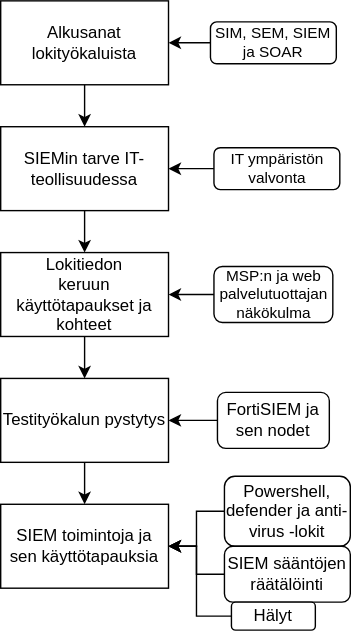
The draw.io diagram oppari_scope.svg in hirsmaki/oppari, before a commit. Source tidied: cells renumbered, new cells last; positions are measured from the earlier drawing's top-left corner, leaving out a move shared by most shapes. Source of this version:
```xml
<mxGraphModel>
  <root>
    <mxCell id="0" />
    <mxCell id="1" parent="0" />
    <mxCell id="2" style="edgeStyle=orthogonalEdgeStyle;rounded=0;jettySize=auto;html=1;entryX=0.5;entryY=0;entryDx=0;entryDy=0;" parent="1" edge="1" source="3" target="7">
      <mxGeometry relative="1" as="geometry" />
    </mxCell>
    <mxCell id="3" value="SIEMin tarve IT-teollisuudessa" style="whiteSpace=wrap;html=1;" parent="1" vertex="1">
      <mxGeometry y="90" width="120" height="60" as="geometry" />
    </mxCell>
    <mxCell id="4" style="edgeStyle=orthogonalEdgeStyle;rounded=0;jettySize=auto;html=1;entryX=0.5;entryY=0;entryDx=0;entryDy=0;" parent="1" edge="1" source="5" target="3">
      <mxGeometry relative="1" as="geometry" />
    </mxCell>
    <mxCell id="5" value="Alkusanat lokityökaluista" style="rounded=0;whiteSpace=wrap;html=1;" parent="1" vertex="1">
      <mxGeometry width="120" height="60" as="geometry" />
    </mxCell>
    <mxCell id="6" style="edgeStyle=orthogonalEdgeStyle;rounded=0;jettySize=auto;html=1;entryX=0.5;entryY=0;entryDx=0;entryDy=0;" parent="1" edge="1" source="7" target="9">
      <mxGeometry relative="1" as="geometry" />
    </mxCell>
    <mxCell id="7" value="Lokitiedon&lt;br&gt;keruun käyttötapaukset ja kohteet" style="rounded=0;whiteSpace=wrap;html=1;" parent="1" vertex="1">
      <mxGeometry y="180" width="120" height="60" as="geometry" />
    </mxCell>
    <mxCell id="8" style="edgeStyle=orthogonalEdgeStyle;rounded=0;jettySize=auto;html=1;entryX=0.5;entryY=0;entryDx=0;entryDy=0;" parent="1" edge="1" source="9" target="10">
      <mxGeometry relative="1" as="geometry" />
    </mxCell>
    <mxCell id="9" value="Testityökalun pystytys" style="rounded=0;whiteSpace=wrap;html=1;" parent="1" vertex="1">
      <mxGeometry y="270" width="120" height="60" as="geometry" />
    </mxCell>
    <mxCell id="10" value="SIEM toimintoja ja sen käyttötapauksia" style="rounded=0;whiteSpace=wrap;html=1;" parent="1" vertex="1">
      <mxGeometry y="360" width="120" height="60" as="geometry" />
    </mxCell>
    <mxCell id="11" style="edgeStyle=orthogonalEdgeStyle;rounded=0;jettySize=auto;html=1;entryX=1;entryY=0.5;entryDx=0;entryDy=0;" parent="1" edge="1" source="12" target="9">
      <mxGeometry relative="1" as="geometry" />
    </mxCell>
    <mxCell id="12" value="FortiSIEM ja sen nodet" style="rounded=1;whiteSpace=wrap;html=1;" parent="1" vertex="1">
      <mxGeometry x="155" y="280" width="80" height="40" as="geometry" />
    </mxCell>
    <mxCell id="13" style="edgeStyle=orthogonalEdgeStyle;rounded=0;jettySize=auto;html=1;entryX=1;entryY=0.5;entryDx=0;entryDy=0;" parent="1" edge="1" source="14" target="10">
      <mxGeometry relative="1" as="geometry" />
    </mxCell>
    <mxCell id="14" value="Powershell, defender ja anti-virus -lokit" style="rounded=1;whiteSpace=wrap;html=1;" parent="1" vertex="1">
      <mxGeometry x="160" y="340" width="90" height="50" as="geometry" />
    </mxCell>
    <mxCell id="15" style="edgeStyle=orthogonalEdgeStyle;rounded=0;jettySize=auto;html=1;entryX=1;entryY=0.5;entryDx=0;entryDy=0;" parent="1" edge="1" source="16" target="10">
      <mxGeometry relative="1" as="geometry" />
    </mxCell>
    <mxCell id="16" value="SIEM sääntöjen räätälöinti" style="rounded=1;whiteSpace=wrap;html=1;" parent="1" vertex="1">
      <mxGeometry x="160" y="390" width="90" height="40" as="geometry" />
    </mxCell>
    <mxCell id="17" style="edgeStyle=orthogonalEdgeStyle;rounded=0;jettySize=auto;html=1;" parent="1" edge="1" source="18">
      <mxGeometry relative="1" as="geometry">
        <mxPoint x="120" y="390" as="targetPoint" />
        <Array as="points">
          <mxPoint x="140" y="440" />
          <mxPoint x="140" y="390" />
        </Array>
      </mxGeometry>
    </mxCell>
    <mxCell id="18" value="Hälyt" style="rounded=1;whiteSpace=wrap;html=1;" parent="1" vertex="1">
      <mxGeometry x="165" y="430" width="60" height="20" as="geometry" />
    </mxCell>
    <mxCell id="19" style="edgeStyle=orthogonalEdgeStyle;rounded=0;jettySize=auto;html=1;entryX=1;entryY=0.5;entryDx=0;entryDy=0;" parent="1" edge="1" source="20" target="5">
      <mxGeometry relative="1" as="geometry" />
    </mxCell>
    <mxCell id="20" value="SIM, SEM, SIEM ja SOAR" style="rounded=1;whiteSpace=wrap;html=1;fillColor=#ffffff;fontSize=11;" parent="1" vertex="1">
      <mxGeometry x="150" y="15" width="90" height="30" as="geometry" />
    </mxCell>
    <mxCell id="21" style="edgeStyle=orthogonalEdgeStyle;rounded=0;jettySize=auto;html=1;entryX=1;entryY=0.5;entryDx=0;entryDy=0;fontSize=11;" parent="1" edge="1" source="22" target="3">
      <mxGeometry relative="1" as="geometry" />
    </mxCell>
    <mxCell id="22" value="IT ympäristön valvonta" style="rounded=1;whiteSpace=wrap;html=1;fillColor=#ffffff;fontSize=11;" parent="1" vertex="1">
      <mxGeometry x="152.5" y="105" width="90" height="30" as="geometry" />
    </mxCell>
    <mxCell id="23" style="edgeStyle=orthogonalEdgeStyle;rounded=0;jettySize=auto;html=1;entryX=1;entryY=0.5;entryDx=0;entryDy=0;fontSize=11;" parent="1" edge="1" source="24" target="7">
      <mxGeometry relative="1" as="geometry" />
    </mxCell>
    <mxCell id="24" value="MSP:n ja web palvelutuottajan näkökulma" style="rounded=1;whiteSpace=wrap;html=1;fontSize=11;fillColor=#ffffff;" parent="1" vertex="1">
      <mxGeometry x="152.5" y="190" width="85" height="40" as="geometry" />
    </mxCell>
  </root>
</mxGraphModel>
```
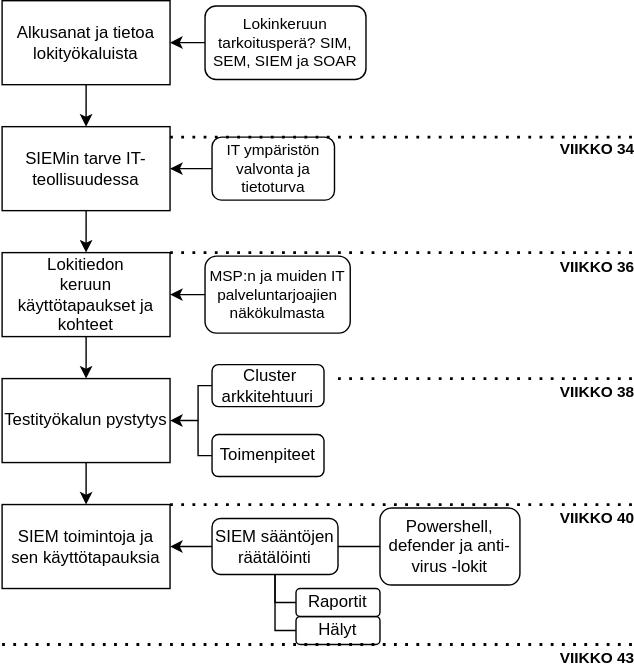
After the commit.

Diff of the diagram source:
```diff
@@ -11,7 +11,7 @@
     <mxCell id="4" style="edgeStyle=orthogonalEdgeStyle;rounded=0;jettySize=auto;html=1;entryX=0.5;entryY=0;entryDx=0;entryDy=0;" parent="1" edge="1" source="5" target="3">
       <mxGeometry relative="1" as="geometry" />
     </mxCell>
-    <mxCell id="5" value="Alkusanat lokityökaluista" style="rounded=0;whiteSpace=wrap;html=1;" parent="1" vertex="1">
+    <mxCell id="5" value="Alkusanat ja tietoa lokityökaluista" style="rounded=0;whiteSpace=wrap;html=1;" parent="1" vertex="1">
       <mxGeometry width="120" height="60" as="geometry" />
     </mxCell>
     <mxCell id="6" style="edgeStyle=orthogonalEdgeStyle;rounded=0;jettySize=auto;html=1;entryX=0.5;entryY=0;entryDx=0;entryDy=0;" parent="1" edge="1" source="7" target="9">
@@ -30,52 +30,126 @@
       <mxGeometry y="360" width="120" height="60" as="geometry" />
     </mxCell>
     <mxCell id="11" style="edgeStyle=orthogonalEdgeStyle;rounded=0;jettySize=auto;html=1;entryX=1;entryY=0.5;entryDx=0;entryDy=0;" parent="1" edge="1" source="12" target="9">
-      <mxGeometry relative="1" as="geometry" />
+      <mxGeometry relative="1" as="geometry">
+        <Array as="points">
+          <mxPoint x="140" y="275" />
+          <mxPoint x="140" y="300" />
+        </Array>
+      </mxGeometry>
     </mxCell>
-    <mxCell id="12" value="FortiSIEM ja sen nodet" style="rounded=1;whiteSpace=wrap;html=1;" parent="1" vertex="1">
-      <mxGeometry x="155" y="280" width="80" height="40" as="geometry" />
+    <mxCell id="12" value="&amp;nbsp;Cluster arkkitehtuuri" style="rounded=1;whiteSpace=wrap;html=1;" parent="1" vertex="1">
+      <mxGeometry x="150" y="260" width="80" height="30" as="geometry" />
     </mxCell>
-    <mxCell id="13" style="edgeStyle=orthogonalEdgeStyle;rounded=0;jettySize=auto;html=1;entryX=1;entryY=0.5;entryDx=0;entryDy=0;" parent="1" edge="1" source="14" target="10">
-      <mxGeometry relative="1" as="geometry" />
-    </mxCell>
+    <mxCell id="25" style="edgeStyle=orthogonalEdgeStyle;rounded=0;jettySize=auto;html=1;entryX=1;entryY=0.5;entryDx=0;entryDy=0;endArrow=none;endFill=0;" parent="1" edge="1" source="14" target="16">
+      <mxGeometry relative="1" as="geometry" />
+    </mxCell>
     <mxCell id="14" value="Powershell, defender ja anti-virus -lokit" style="rounded=1;whiteSpace=wrap;html=1;" parent="1" vertex="1">
-      <mxGeometry x="160" y="340" width="90" height="50" as="geometry" />
+      <mxGeometry x="270" y="362.5" width="100" height="55" as="geometry" />
     </mxCell>
     <mxCell id="15" style="edgeStyle=orthogonalEdgeStyle;rounded=0;jettySize=auto;html=1;entryX=1;entryY=0.5;entryDx=0;entryDy=0;" parent="1" edge="1" source="16" target="10">
       <mxGeometry relative="1" as="geometry" />
     </mxCell>
     <mxCell id="16" value="SIEM sääntöjen räätälöinti" style="rounded=1;whiteSpace=wrap;html=1;" parent="1" vertex="1">
-      <mxGeometry x="160" y="390" width="90" height="40" as="geometry" />
+      <mxGeometry x="150" y="370" width="90" height="40" as="geometry" />
     </mxCell>
-    <mxCell id="17" style="edgeStyle=orthogonalEdgeStyle;rounded=0;jettySize=auto;html=1;" parent="1" edge="1" source="18">
-      <mxGeometry relative="1" as="geometry">
-        <mxPoint x="120" y="390" as="targetPoint" />
-        <Array as="points">
-          <mxPoint x="140" y="440" />
-          <mxPoint x="140" y="390" />
-        </Array>
-      </mxGeometry>
-    </mxCell>
+    <mxCell id="26" style="edgeStyle=orthogonalEdgeStyle;rounded=0;jettySize=auto;html=1;entryX=0.5;entryY=1;entryDx=0;entryDy=0;endArrow=none;endFill=0;" parent="1" edge="1" source="18" target="16">
+      <mxGeometry relative="1" as="geometry">
+        <Array as="points">
+          <mxPoint x="195" y="450" />
+        </Array>
+      </mxGeometry>
+    </mxCell>
     <mxCell id="18" value="Hälyt" style="rounded=1;whiteSpace=wrap;html=1;" parent="1" vertex="1">
-      <mxGeometry x="165" y="430" width="60" height="20" as="geometry" />
+      <mxGeometry x="210" y="440" width="60" height="20" as="geometry" />
     </mxCell>
     <mxCell id="19" style="edgeStyle=orthogonalEdgeStyle;rounded=0;jettySize=auto;html=1;entryX=1;entryY=0.5;entryDx=0;entryDy=0;" parent="1" edge="1" source="20" target="5">
       <mxGeometry relative="1" as="geometry" />
     </mxCell>
-    <mxCell id="20" value="SIM, SEM, SIEM ja SOAR" style="rounded=1;whiteSpace=wrap;html=1;fillColor=#ffffff;fontSize=11;" parent="1" vertex="1">
-      <mxGeometry x="150" y="15" width="90" height="30" as="geometry" />
+    <mxCell id="20" value="Lokinkeruun tarkoitusperä? SIM, SEM, SIEM ja SOAR" style="rounded=1;whiteSpace=wrap;html=1;fillColor=#ffffff;fontSize=11;" parent="1" vertex="1">
+      <mxGeometry x="145" y="3.8" width="115" height="52.5" as="geometry" />
     </mxCell>
     <mxCell id="21" style="edgeStyle=orthogonalEdgeStyle;rounded=0;jettySize=auto;html=1;entryX=1;entryY=0.5;entryDx=0;entryDy=0;fontSize=11;" parent="1" edge="1" source="22" target="3">
       <mxGeometry relative="1" as="geometry" />
     </mxCell>
-    <mxCell id="22" value="IT ympäristön valvonta" style="rounded=1;whiteSpace=wrap;html=1;fillColor=#ffffff;fontSize=11;" parent="1" vertex="1">
-      <mxGeometry x="152.5" y="105" width="90" height="30" as="geometry" />
+    <mxCell id="22" value="IT ympäristön valvonta ja tietoturva" style="rounded=1;whiteSpace=wrap;html=1;fillColor=#ffffff;fontSize=11;" parent="1" vertex="1">
+      <mxGeometry x="150" y="97.5" width="87.5" height="45" as="geometry" />
     </mxCell>
     <mxCell id="23" style="edgeStyle=orthogonalEdgeStyle;rounded=0;jettySize=auto;html=1;entryX=1;entryY=0.5;entryDx=0;entryDy=0;fontSize=11;" parent="1" edge="1" source="24" target="7">
       <mxGeometry relative="1" as="geometry" />
     </mxCell>
-    <mxCell id="24" value="MSP:n ja web palvelutuottajan näkökulma" style="rounded=1;whiteSpace=wrap;html=1;fontSize=11;fillColor=#ffffff;" parent="1" vertex="1">
-      <mxGeometry x="152.5" y="190" width="85" height="40" as="geometry" />
+    <mxCell id="24" value="MSP:n ja muiden IT palveluntarjoajien näkökulmasta" style="rounded=1;whiteSpace=wrap;html=1;fontSize=11;fillColor=#ffffff;" parent="1" vertex="1">
+      <mxGeometry x="145" y="182.5" width="103.8" height="55" as="geometry" />
     </mxCell>
+    <mxCell id="27" style="edgeStyle=orthogonalEdgeStyle;rounded=0;jettySize=auto;html=1;entryX=0.5;entryY=1;entryDx=0;entryDy=0;endArrow=none;endFill=0;" parent="1" edge="1" source="28" target="16">
+      <mxGeometry relative="1" as="geometry">
+        <Array as="points">
+          <mxPoint x="195" y="430" />
+        </Array>
+      </mxGeometry>
+    </mxCell>
+    <mxCell id="28" value="Raportit" style="rounded=1;whiteSpace=wrap;html=1;" parent="1" vertex="1">
+      <mxGeometry x="210" y="420" width="60" height="20" as="geometry" />
+    </mxCell>
+    <mxCell id="29" style="edgeStyle=orthogonalEdgeStyle;rounded=0;jettySize=auto;html=1;endArrow=none;endFill=0;" parent="1" edge="1" source="30">
+      <mxGeometry relative="1" as="geometry">
+        <mxPoint x="140" y="300" as="targetPoint" />
+        <Array as="points">
+          <mxPoint x="140" y="325" />
+        </Array>
+      </mxGeometry>
+    </mxCell>
+    <mxCell id="30" value="Toimenpiteet" style="rounded=1;whiteSpace=wrap;html=1;" parent="1" vertex="1">
+      <mxGeometry x="150" y="310" width="80" height="30" as="geometry" />
+    </mxCell>
+    <mxCell id="31" style="endArrow=none;dashed=1;html=1;dashPattern=1 3;strokeWidth=2;exitX=1;exitY=0;exitDx=0;exitDy=0;" parent="1" edge="1">
+      <mxGeometry relative="1" as="geometry">
+        <mxPoint x="120" y="180" as="sourcePoint" />
+        <mxPoint x="450" y="180" as="targetPoint" />
+      </mxGeometry>
+    </mxCell>
+    <mxCell id="32" value="VIIKKO 36" style="edgeLabel;html=1;align=center;verticalAlign=middle;fontStyle=1;" parent="31" vertex="1">
+      <mxGeometry x="0.78" y="-3" relative="1" as="geometry">
+        <mxPoint x="12" y="7" as="offset" />
+      </mxGeometry>
+    </mxCell>
+    <mxCell id="33" style="endArrow=none;dashed=1;html=1;dashPattern=1 3;strokeWidth=2;" parent="1" edge="1">
+      <mxGeometry relative="1" as="geometry">
+        <mxPoint x="240" y="270" as="sourcePoint" />
+        <mxPoint x="450" y="270" as="targetPoint" />
+      </mxGeometry>
+    </mxCell>
+    <mxCell id="34" value="VIIKKO 38" style="edgeLabel;html=1;align=center;verticalAlign=middle;fontStyle=1;" parent="33" vertex="1">
+      <mxGeometry x="0.78" y="-3" relative="1" as="geometry">
+        <mxPoint x="-2" y="7" as="offset" />
+      </mxGeometry>
+    </mxCell>
+    <mxCell id="35" style="endArrow=none;dashed=1;html=1;dashPattern=1 3;strokeWidth=2;exitX=1;exitY=0;exitDx=0;exitDy=0;" parent="1" edge="1">
+      <mxGeometry relative="1" as="geometry">
+        <mxPoint x="120" y="97.5" as="sourcePoint" />
+        <mxPoint x="450" y="97.5" as="targetPoint" />
+      </mxGeometry>
+    </mxCell>
+    <mxCell id="36" value="VIIKKO 34" style="edgeLabel;html=1;align=center;verticalAlign=middle;fontStyle=1;" parent="35" vertex="1">
+      <mxGeometry x="0.78" y="-3" relative="1" as="geometry">
+        <mxPoint x="12" y="5" as="offset" />
+      </mxGeometry>
+    </mxCell>
+    <mxCell id="37" style="endArrow=none;dashed=1;html=1;dashPattern=1 3;strokeWidth=2;exitX=1;exitY=0;exitDx=0;exitDy=0;" parent="1" edge="1" source="10">
+      <mxGeometry relative="1" as="geometry">
+        <mxPoint x="450" y="360" as="targetPoint" />
+      </mxGeometry>
+    </mxCell>
+    <mxCell id="38" value="VIIKKO 40" style="edgeLabel;html=1;align=center;verticalAlign=middle;fontStyle=1;" parent="1" vertex="1">
+      <mxGeometry x="425" y="370" as="geometry" />
+    </mxCell>
+    <mxCell id="39" style="endArrow=none;dashed=1;html=1;dashPattern=1 3;strokeWidth=2;" parent="1" edge="1">
+      <mxGeometry relative="1" as="geometry">
+        <mxPoint y="460" as="sourcePoint" />
+        <mxPoint x="450" y="460" as="targetPoint" />
+      </mxGeometry>
+    </mxCell>
+    <mxCell id="40" value="VIIKKO 43" style="edgeLabel;html=1;align=center;verticalAlign=middle;fontStyle=1;" parent="1" vertex="1">
+      <mxGeometry x="425" y="470" as="geometry" />
+    </mxCell>
   </root>
 </mxGraphModel>
```
